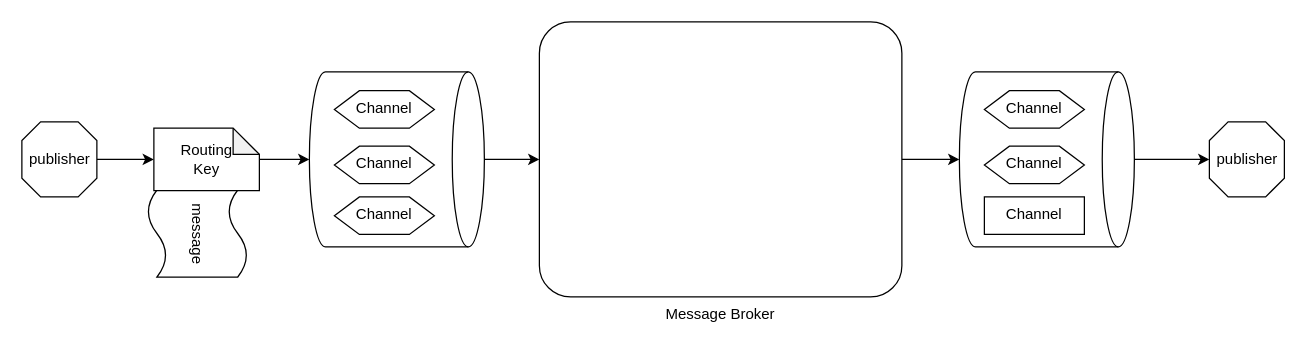
Above: Untitled Diagram.drawio in linlin8/linlin8.github.io (draw.io), before the change. Source tidied: cells renumbered, new cells numbered last; positions are measured from the earlier drawing's top-left corner, leaving out a move shared by most shapes. Both pictures are drawn from the tidied source at 125%, with x=0, y=0 at pixel (21, 21).
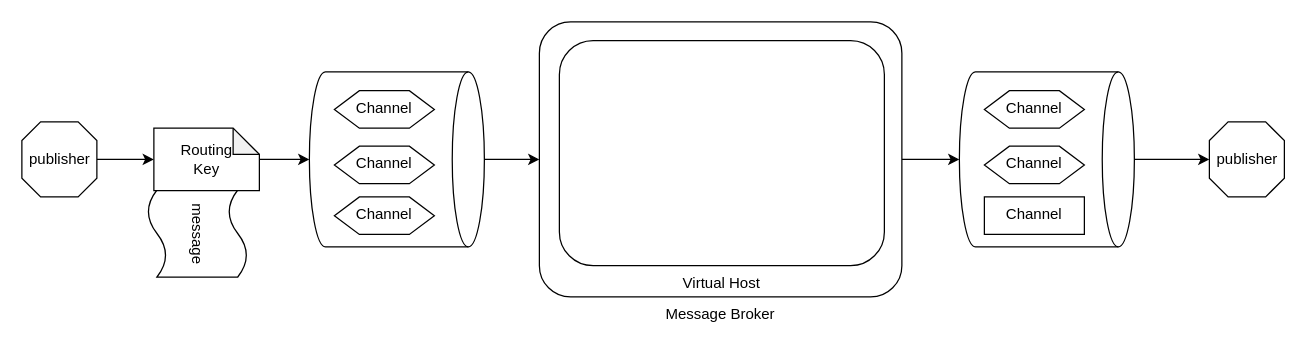
After the change.

The edit, as a diff of the source:
```diff
@@
+    <mxCell id="22" value="Virtual Host" style="rounded=1;whiteSpace=wrap;html=1;shadow=0;sketch=0;strokeWidth=1;verticalAlign=top;labelPosition=center;verticalLabelPosition=bottom;align=center;" parent="1" vertex="1">
+      <mxGeometry x="430" y="15" width="260" height="180" as="geometry" />
+    </mxCell>
```
